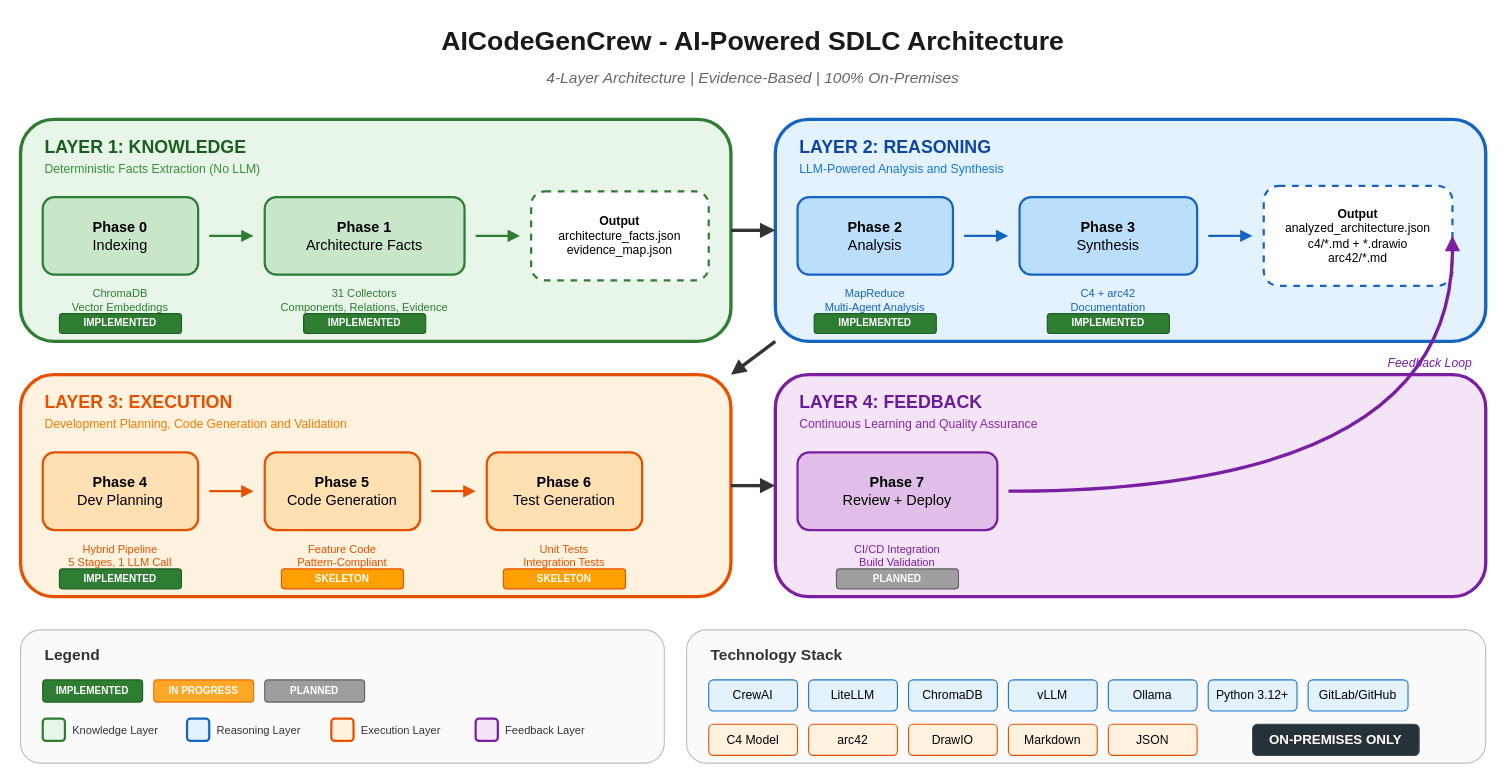
Earlier version of the draw.io diagram docs/diagrams/sdlc-overview.drawio (aymenmastouri/aicodegencrew). Source tidied: cells renumbered, new cells numbered last; positions are measured from the earlier drawing's top-left corner, leaving out a move shared by most shapes. Both pictures are drawn from the tidied source at 111%, with x=0, y=0 at pixel (20, 19).
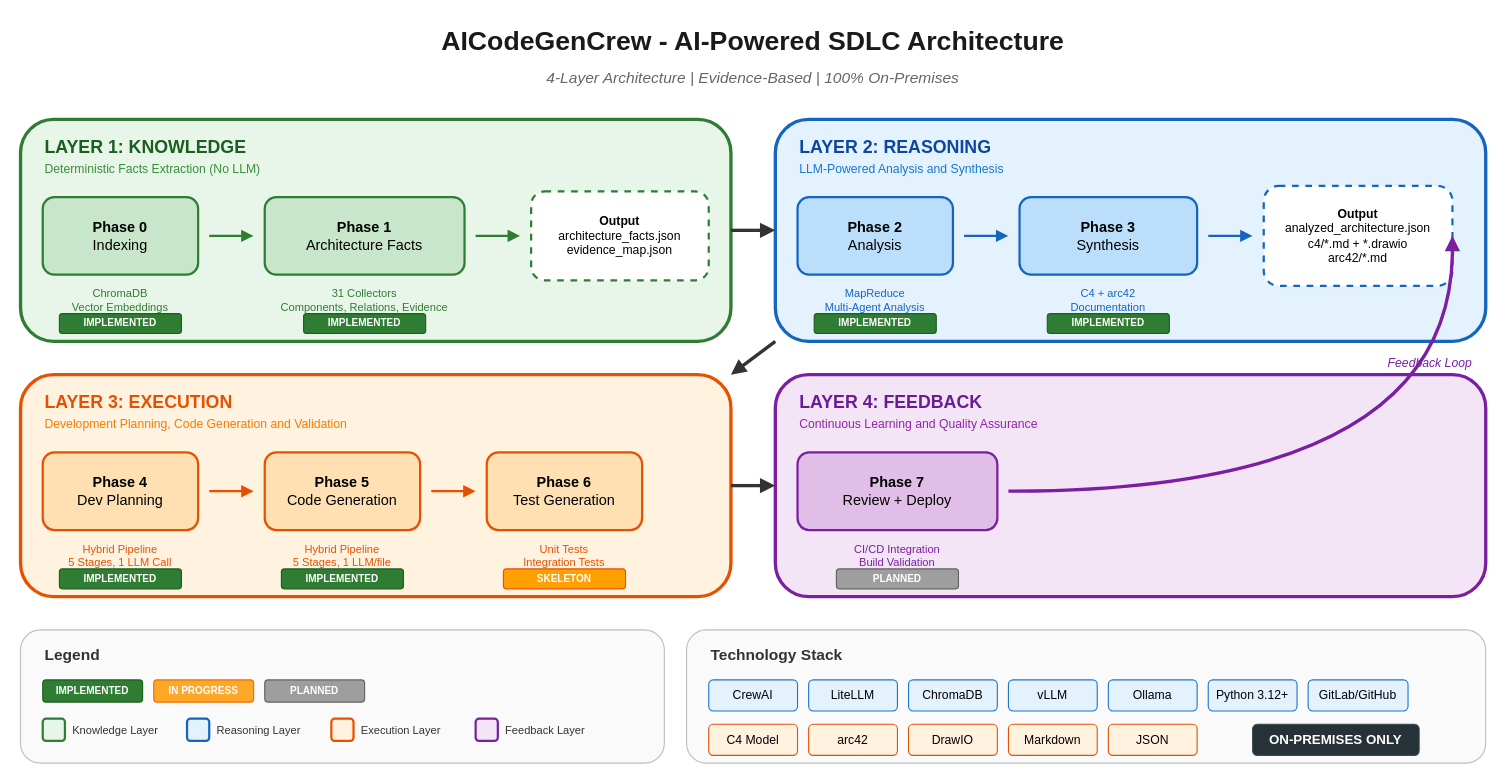
The same page after the edit.

Change to the diagram source:
```diff
@@
-    <mxCell id="36" value="Feature Code&lt;br&gt;Pattern-Compliant" style="text;html=1;strokeColor=none;fillColor=none;align=center;verticalAlign=top;whiteSpace=wrap;rounded=0;fontSize=10;fontColor=#E65100;" parent="1" vertex="1">
+    <mxCell id="36" value="Hybrid Pipeline&lt;br&gt;5 Stages, 1 LLM/file" style="text;html=1;strokeColor=none;fillColor=none;align=center;verticalAlign=top;whiteSpace=wrap;rounded=0;fontSize=10;fontColor=#E65100;" parent="1" vertex="1">
       <mxGeometry x="220" y="465" width="140" height="35" as="geometry" />
     </mxCell>
-    <mxCell id="37" value="SKELETON" style="rounded=1;whiteSpace=wrap;html=1;fillColor=#FFA000;strokeColor=#E65100;fontColor=#FFFFFF;fontSize=9;fontStyle=1;" parent="1" vertex="1">
+    <mxCell id="37" value="IMPLEMENTED" style="rounded=1;whiteSpace=wrap;html=1;fillColor=#2E7D32;strokeColor=#1B5E20;fontColor=#FFFFFF;fontSize=9;fontStyle=1;" parent="1" vertex="1">
       <mxGeometry x="235" y="495" width="110" height="18" as="geometry" />
     </mxCell>
```
